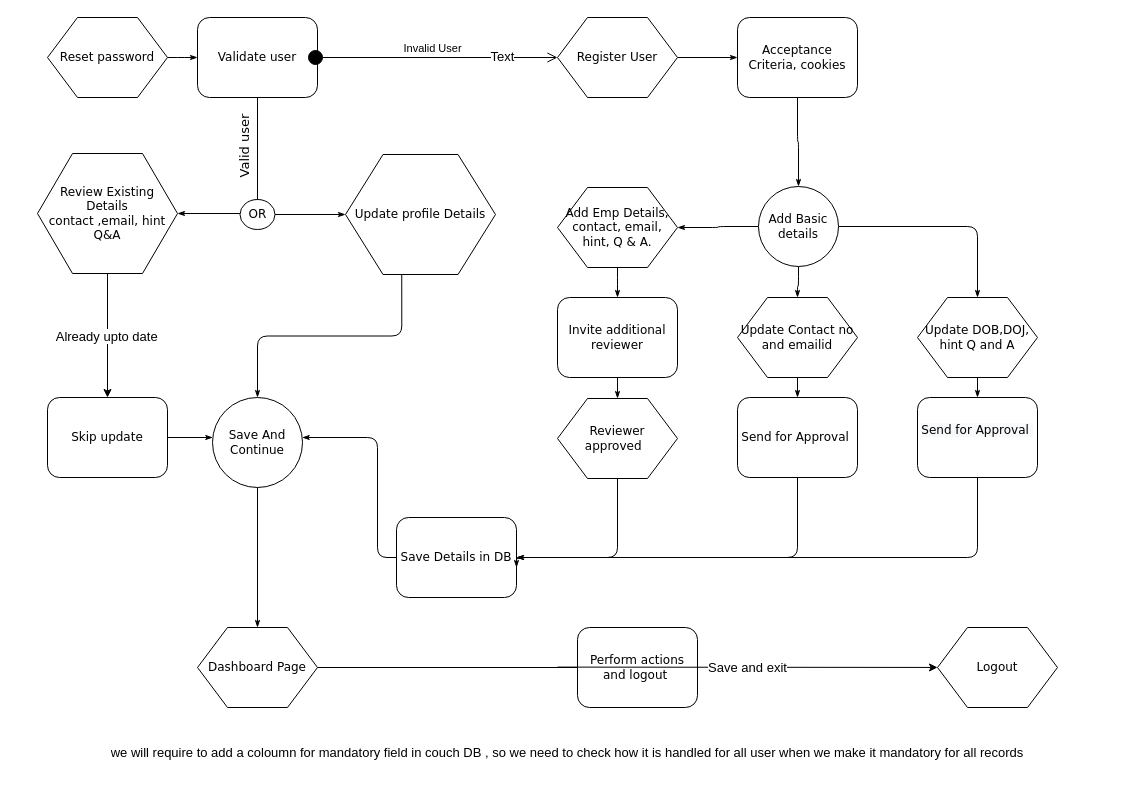
Earlier version of the draw.io diagram Untitled Diagram.drawio (piyushsingh82/ReactNativeExamples). Source tidied: cells renumbered, new cells numbered last; positions are measured from the earlier drawing's top-left corner, leaving out a move shared by most shapes. Both pictures are drawn from the tidied source at 100%, with x=0, y=0 at pixel (17, 17).
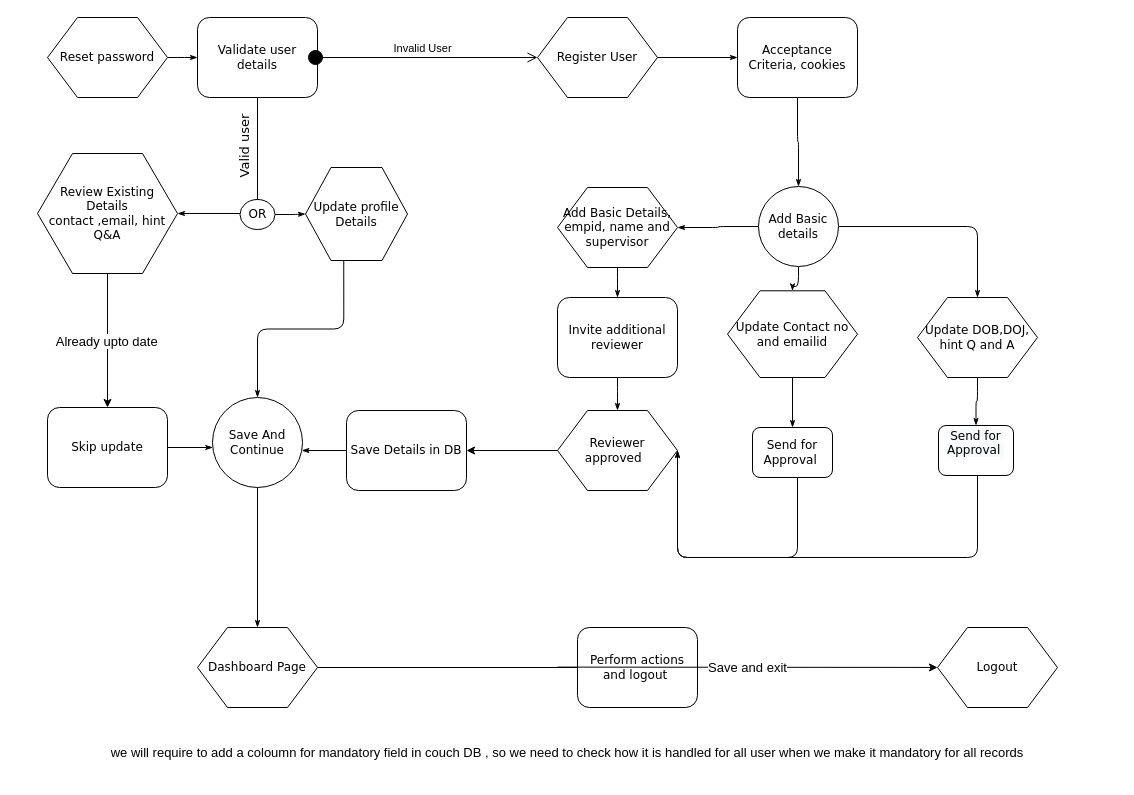
The same diagram, later.

Commit message:
new and old reset password

What changed in the source:
```diff
@@
-    <mxCell id="5" value="Validate user" style="rounded=1;whiteSpace=wrap;html=1;shadow=0;labelBackgroundColor=none;strokeWidth=1;fontFamily=Verdana;fontSize=12;align=center;" parent="1" vertex="1">
+    <mxCell id="5" value="Validate user details" style="rounded=1;whiteSpace=wrap;html=1;shadow=0;labelBackgroundColor=none;strokeWidth=1;fontFamily=Verdana;fontSize=12;align=center;" parent="1" vertex="1">
       <mxGeometry x="180" width="120" height="80" as="geometry" />
     </mxCell>
@@
-    <mxCell id="10" value="Update profile Details" style="shape=hexagon;perimeter=hexagonPerimeter;whiteSpace=wrap;html=1;rounded=0;shadow=0;labelBackgroundColor=none;strokeWidth=1;fontFamily=Verdana;fontSize=12;align=center;" parent="1" vertex="1">
-      <mxGeometry x="328" y="137" width="150" height="120" as="geometry" />
+    <mxCell id="10" value="Update profile&lt;br&gt;Details" style="shape=hexagon;perimeter=hexagonPerimeter;whiteSpace=wrap;html=1;rounded=0;shadow=0;labelBackgroundColor=none;strokeWidth=1;fontFamily=Verdana;fontSize=12;align=center;" parent="1" vertex="1">
+      <mxGeometry x="288" y="150" width="102" height="93" as="geometry" />
     </mxCell>
@@
     <mxCell id="12" value="Skip update" style="rounded=1;whiteSpace=wrap;html=1;shadow=0;labelBackgroundColor=none;strokeWidth=1;fontFamily=Verdana;fontSize=12;align=center;" parent="1" vertex="1">
-      <mxGeometry x="30" y="380" width="120" height="80" as="geometry" />
+      <mxGeometry x="30" y="390" width="120" height="80" as="geometry" />
     </mxCell>
@@
     <mxCell id="14" value="Save Details in DB" style="rounded=1;whiteSpace=wrap;html=1;shadow=0;labelBackgroundColor=none;strokeWidth=1;fontFamily=Verdana;fontSize=12;align=center;" parent="1" vertex="1">
-      <mxGeometry x="379" y="500" width="120" height="80" as="geometry" />
+      <mxGeometry x="329" y="393" width="120" height="80" as="geometry" />
     </mxCell>
@@
     <mxCell id="19" value="Register User" style="shape=hexagon;perimeter=hexagonPerimeter;whiteSpace=wrap;html=1;rounded=0;shadow=0;labelBackgroundColor=none;strokeWidth=1;fontFamily=Verdana;fontSize=12;align=center;" parent="1" vertex="1">
-      <mxGeometry x="540" width="120" height="80" as="geometry" />
+      <mxGeometry x="520" width="120" height="80" as="geometry" />
     </mxCell>
@@
-    <mxCell id="23" value="Add Emp Details, contact, email, hint, Q &amp;amp; A." style="shape=hexagon;perimeter=hexagonPerimeter;whiteSpace=wrap;html=1;rounded=0;shadow=0;labelBackgroundColor=none;strokeWidth=1;fontFamily=Verdana;fontSize=12;align=center;" parent="1" vertex="1">
+    <mxCell id="23" value="Add Basic Details, empid, name and supervisor" style="shape=hexagon;perimeter=hexagonPerimeter;whiteSpace=wrap;html=1;rounded=0;shadow=0;labelBackgroundColor=none;strokeWidth=1;fontFamily=Verdana;fontSize=12;align=center;" parent="1" vertex="1">
       <mxGeometry x="540" y="170" width="120" height="80" as="geometry" />
     </mxCell>
@@
     <mxCell id="31" value="Update Contact no&lt;br&gt;and emailid" style="shape=hexagon;perimeter=hexagonPerimeter;whiteSpace=wrap;html=1;rounded=0;shadow=0;labelBackgroundColor=none;strokeWidth=1;fontFamily=Verdana;fontSize=12;align=center;" parent="1" vertex="1">
-      <mxGeometry x="720" y="280" width="120" height="80" as="geometry" />
+      <mxGeometry x="710" y="273.3" width="130" height="86.7" as="geometry" />
     </mxCell>
@@
-    <mxCell id="34" style="edgeStyle=orthogonalEdgeStyle;rounded=1;html=1;labelBackgroundColor=none;startArrow=none;startFill=0;startSize=5;endArrow=classicThin;endFill=1;endSize=5;jettySize=auto;strokeWidth=1;fontFamily=Verdana;fontSize=8;" parent="1" edge="1" source="35">
+    <mxCell id="34" style="edgeStyle=orthogonalEdgeStyle;rounded=1;html=1;labelBackgroundColor=none;startArrow=none;startFill=0;startSize=5;endArrow=classicThin;endFill=1;endSize=5;jettySize=auto;strokeWidth=1;fontFamily=Verdana;fontSize=8;entryX=1;entryY=0.5;entryDx=0;entryDy=0;" parent="1" edge="1" source="35" target="39">
       <mxGeometry relative="1" as="geometry">
-        <mxPoint x="499" y="550" as="targetPoint" />
         <Array as="points">
           <mxPoint x="780" y="540" />
-          <mxPoint x="499" y="540" />
+          <mxPoint x="660" y="540" />
         </Array>
       </mxGeometry>
     </mxCell>
     <mxCell id="35" value="Send for Approval&amp;nbsp;" style="rounded=1;whiteSpace=wrap;html=1;shadow=0;labelBackgroundColor=none;strokeWidth=1;fontFamily=Verdana;fontSize=12;align=center;" parent="1" vertex="1">
-      <mxGeometry x="720" y="380" width="120" height="80" as="geometry" />
+      <mxGeometry x="735" y="410" width="80" height="50" as="geometry" />
     </mxCell>
-    <mxCell id="36" style="edgeStyle=orthogonalEdgeStyle;rounded=1;html=1;labelBackgroundColor=none;startArrow=none;startFill=0;startSize=5;endArrow=classicThin;endFill=1;endSize=5;jettySize=auto;strokeWidth=1;fontFamily=Verdana;fontSize=8;entryX=1;entryY=0.5;entryDx=0;entryDy=0;" parent="1" edge="1" source="37" target="14">
+    <mxCell id="36" style="edgeStyle=orthogonalEdgeStyle;rounded=1;html=1;labelBackgroundColor=none;startArrow=none;startFill=0;startSize=5;endArrow=classicThin;endFill=1;endSize=5;jettySize=auto;strokeWidth=1;fontFamily=Verdana;fontSize=8;entryX=1;entryY=0.5;entryDx=0;entryDy=0;" parent="1" edge="1" source="37" target="39">
       <mxGeometry relative="1" as="geometry">
         <Array as="points">
           <mxPoint x="960" y="540" />
+          <mxPoint x="660" y="540" />
         </Array>
       </mxGeometry>
     </mxCell>
     <mxCell id="37" value="&#10;&lt;span style=&quot;color: rgb(0, 0, 0); font-family: Verdana; font-size: 12px; font-style: normal; font-variant-ligatures: normal; font-variant-caps: normal; font-weight: 400; letter-spacing: normal; orphans: 2; text-align: center; text-indent: 0px; text-transform: none; widows: 2; word-spacing: 0px; -webkit-text-stroke-width: 0px; background-color: rgb(248, 249, 250); text-decoration-thickness: initial; text-decoration-style: initial; text-decoration-color: initial; float: none; display: inline !important;&quot;&gt;Send for Approval&amp;nbsp;&lt;/span&gt;&#10;&#10;" style="rounded=1;whiteSpace=wrap;html=1;shadow=0;labelBackgroundColor=none;strokeWidth=1;fontFamily=Verdana;fontSize=12;align=center;" parent="1" vertex="1">
-      <mxGeometry x="900" y="380" width="120" height="80" as="geometry" />
+      <mxGeometry x="921" y="408" width="75" height="50" as="geometry" />
     </mxCell>
-    <mxCell id="38" style="edgeStyle=orthogonalEdgeStyle;rounded=1;html=1;labelBackgroundColor=none;startArrow=none;startFill=0;startSize=5;endArrow=classicThin;endFill=1;endSize=5;jettySize=auto;strokeWidth=1;fontFamily=Verdana;fontSize=8;entryX=1;entryY=0.5;entryDx=0;entryDy=0;" parent="1" edge="1" source="39" target="14">
-      <mxGeometry relative="1" as="geometry">
-        <Array as="points">
-          <mxPoint x="600" y="540" />
-        </Array>
-      </mxGeometry>
-    </mxCell>
     <mxCell id="39" value="Reviewer approved&amp;nbsp;&amp;nbsp;" style="shape=hexagon;perimeter=hexagonPerimeter;whiteSpace=wrap;html=1;rounded=0;shadow=0;labelBackgroundColor=none;strokeWidth=1;fontFamily=Verdana;fontSize=12;align=center;" parent="1" vertex="1">
-      <mxGeometry x="540" y="381" width="120" height="80" as="geometry" />
+      <mxGeometry x="540" y="393" width="120" height="80" as="geometry" />
     </mxCell>
@@
-    <mxCell id="43" value="Invalid User" style="html=1;verticalAlign=bottom;startArrow=circle;startFill=1;endArrow=open;startSize=6;endSize=8;rounded=0;labelBorderColor=none;" parent="1" edge="1">
+    <mxCell id="43" value="Invalid User" style="html=1;verticalAlign=bottom;startArrow=circle;startFill=1;endArrow=open;startSize=6;endSize=8;rounded=0;labelBorderColor=none;entryX=0;entryY=0.5;entryDx=0;entryDy=0;" parent="1" edge="1" target="19">
       <mxGeometry relative="1" as="geometry">
         <mxPoint x="290" y="40" as="sourcePoint" />
-        <mxPoint x="540" y="40" as="targetPoint" />
       </mxGeometry>
     </mxCell>
-    <mxCell id="44" value="Text" style="edgeLabel;html=1;align=center;verticalAlign=middle;fontSize=13;" parent="43" vertex="1">
-      <mxGeometry x="0.55" y="2" relative="1" as="geometry" />
-    </mxCell>
@@
+    <mxCell id="38" style="endArrow=classic;html=1;rounded=0;fontSize=13;entryX=1;entryY=0.5;entryDx=0;entryDy=0;" parent="1" edge="1" source="39" target="14">
+      <mxGeometry relative="1" as="geometry" />
+    </mxCell>
```
